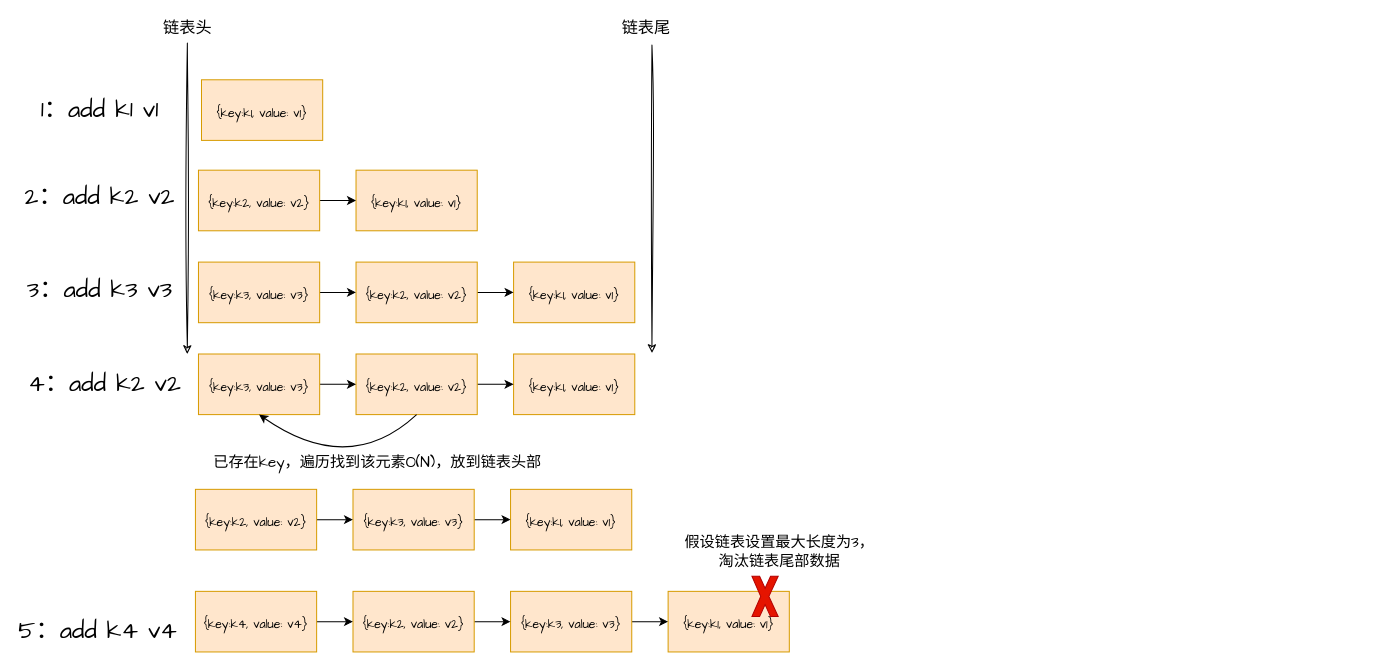
Before: Untitled Diagram.drawio in betNevS/draw, a draw.io diagram. Source tidied: cells renumbered, new cells numbered last; positions are measured from the earlier drawing's top-left corner, leaving out a move shared by most shapes. Both pictures are drawn from the tidied source at 101%, with x=0, y=0 at pixel (17, 17).
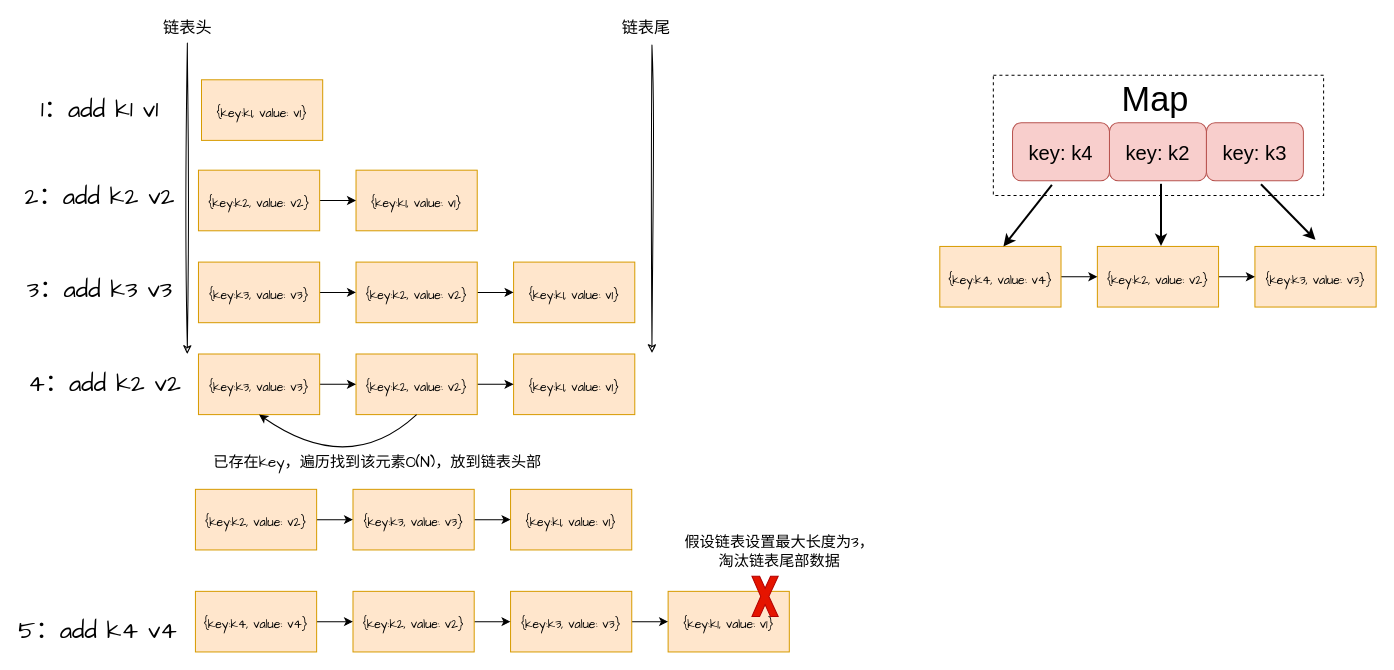
After the change.

Diff of the diagram source:
```diff
@@
+    <mxCell id="41" style="rounded=0;whiteSpace=wrap;html=1;fontSize=20;dashed=1;" parent="1" vertex="1">
+      <mxGeometry x="966" y="57" width="327" height="119" as="geometry" />
+    </mxCell>
+    <mxCell id="42" value="&lt;font style=&quot;font-size: 12px&quot;&gt;{key:k3, value: v3}&lt;/font&gt;" style="rounded=0;whiteSpace=wrap;html=1;fontFamily=Comic Sans MS;fontSize=24;fillColor=#ffe6cc;strokeColor=#d79b00;" parent="1" vertex="1">
+      <mxGeometry x="1225" y="226.5" width="120" height="60" as="geometry" />
+    </mxCell>
+    <mxCell id="43" style="edgeStyle=orthogonalEdgeStyle;rounded=0;jettySize=auto;html=1;fontFamily=Comic Sans MS;fontSize=12;" parent="1" edge="1" source="44" target="42">
+      <mxGeometry relative="1" as="geometry" />
+    </mxCell>
+    <mxCell id="44" value="&lt;font style=&quot;font-size: 12px&quot;&gt;{key:k2, value: v2}&lt;/font&gt;" style="rounded=0;whiteSpace=wrap;html=1;fontFamily=Comic Sans MS;fontSize=24;fillColor=#ffe6cc;strokeColor=#d79b00;" parent="1" vertex="1">
+      <mxGeometry x="1069" y="226.5" width="120" height="60" as="geometry" />
+    </mxCell>
+    <mxCell id="45" style="edgeStyle=orthogonalEdgeStyle;rounded=0;sketch=0;jettySize=auto;html=1;fontSize=14;" parent="1" edge="1" source="46" target="44">
+      <mxGeometry relative="1" as="geometry" />
+    </mxCell>
+    <mxCell id="46" value="&lt;font style=&quot;font-size: 12px&quot;&gt;{key:k4, value: v4}&lt;/font&gt;" style="rounded=0;whiteSpace=wrap;html=1;fontFamily=Comic Sans MS;fontSize=24;fillColor=#ffe6cc;strokeColor=#d79b00;" parent="1" vertex="1">
+      <mxGeometry x="913" y="226.5" width="120" height="60" as="geometry" />
+    </mxCell>
+    <mxCell id="47" value="&lt;font style=&quot;font-size: 20px&quot;&gt;key: k4&lt;/font&gt;" style="rounded=1;whiteSpace=wrap;html=1;fillColor=#f8cecc;strokeColor=#b85450;" parent="1" vertex="1">
+      <mxGeometry x="985" y="104" width="96" height="57.5" as="geometry" />
+    </mxCell>
+    <mxCell id="48" value="&lt;font style=&quot;font-size: 20px&quot;&gt;key: k2&lt;/font&gt;" style="rounded=1;whiteSpace=wrap;html=1;fillColor=#f8cecc;strokeColor=#b85450;" parent="1" vertex="1">
+      <mxGeometry x="1081" y="104" width="96" height="57.5" as="geometry" />
+    </mxCell>
+    <mxCell id="49" value="&lt;font style=&quot;font-size: 20px&quot;&gt;key: k3&lt;/font&gt;" style="rounded=1;whiteSpace=wrap;html=1;fillColor=#f8cecc;strokeColor=#b85450;" parent="1" vertex="1">
+      <mxGeometry x="1177" y="104" width="96" height="57.5" as="geometry" />
+    </mxCell>
+    <mxCell id="50" style="endArrow=classic;html=1;rounded=0;fontSize=20;strokeWidth=2;" parent="1" edge="1">
+      <mxGeometry relative="1" as="geometry">
+        <mxPoint x="1024" y="165.5" as="sourcePoint" />
+        <mxPoint x="976" y="226.5" as="targetPoint" />
+      </mxGeometry>
+    </mxCell>
+    <mxCell id="51" style="endArrow=classic;html=1;rounded=0;fontSize=20;strokeWidth=2;" parent="1" edge="1">
+      <mxGeometry relative="1" as="geometry">
+        <mxPoint x="1132" y="164.5" as="sourcePoint" />
+        <mxPoint x="1132" y="226" as="targetPoint" />
+      </mxGeometry>
+    </mxCell>
+    <mxCell id="52" style="endArrow=classic;html=1;rounded=0;fontSize=20;strokeWidth=2;" parent="1" edge="1">
+      <mxGeometry relative="1" as="geometry">
+        <mxPoint x="1231" y="165" as="sourcePoint" />
+        <mxPoint x="1285" y="220" as="targetPoint" />
+      </mxGeometry>
+    </mxCell>
+    <mxCell id="53" value="&lt;font style=&quot;font-size: 34px&quot;&gt;Map&lt;/font&gt;" style="text;html=1;align=center;verticalAlign=middle;strokeColor=none;fillColor=none;fontSize=20;strokeWidth=1;" parent="1" vertex="1">
+      <mxGeometry x="1088" y="64" width="76" height="33" as="geometry" />
+    </mxCell>
```
